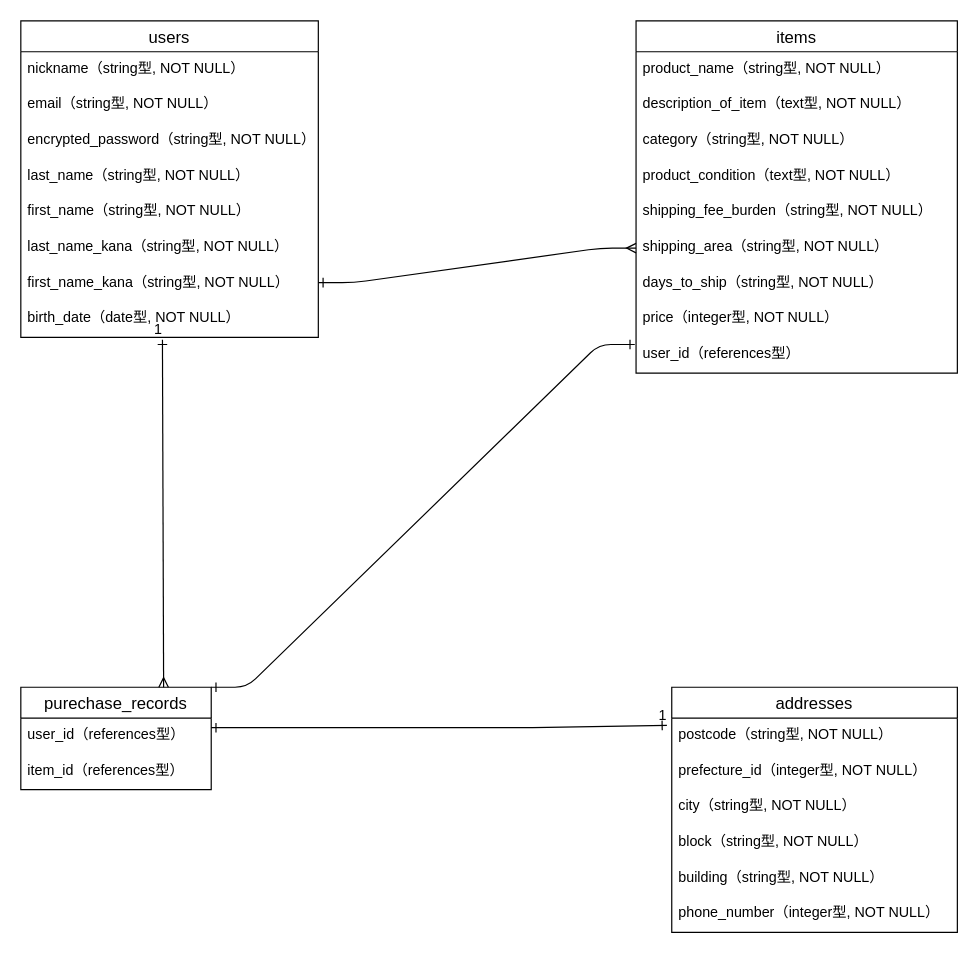
Before: .dio in IT0825/furima-36548, a draw.io diagram. Source tidied: cells renumbered, new cells numbered last; positions are measured from the earlier drawing's top-left corner, leaving out a move shared by most shapes. Both pictures are drawn from the tidied source at 119%, with x=0, y=0 at pixel (20, 20).
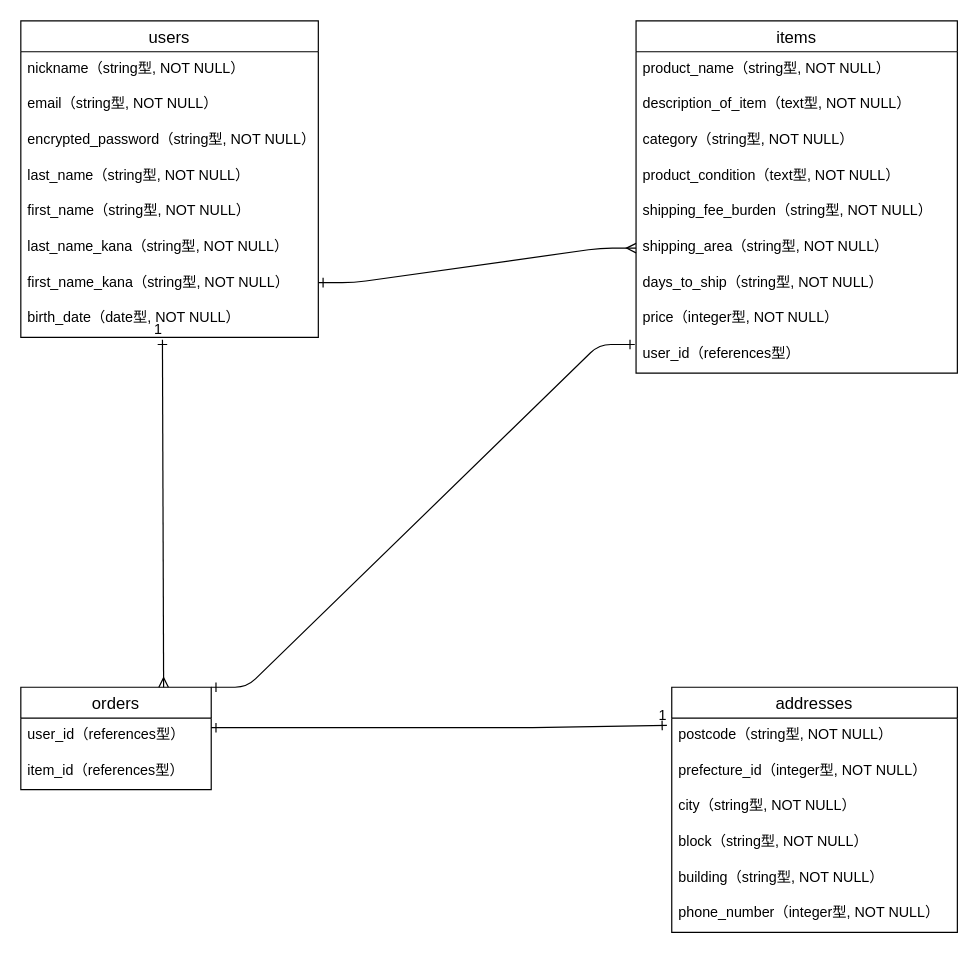
The same page after the edit.

Commit message (it also covers changes not shown here):
購入履歴のモデル名変更

Change to the diagram source:
```diff
@@
-    <mxCell id="21" value="purechase_records" style="swimlane;fontStyle=0;horizontal=1;startSize=26;align=center;fontSize=14;" parent="1" vertex="1">
+    <mxCell id="21" value="orders" style="swimlane;fontStyle=0;horizontal=1;startSize=26;align=center;fontSize=14;" parent="1" vertex="1">
       <mxGeometry y="560" width="160" height="86" as="geometry" />
     </mxCell>
```
